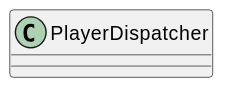
asterisk-cn/RougueShooter keeps this PlantUML diagram as plantuml/out/Player/PlayerDispatcher.svg. Above is the earlier version. Source of this version:
```plantuml
@startuml
class PlayerDispatcher {
}
@enduml
```
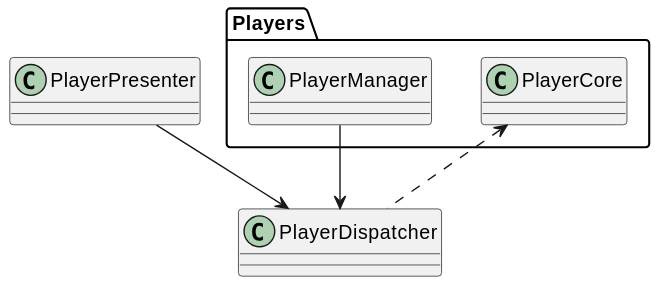
The same diagram one commit later.

The edit, as a diff of the source:
```diff
@@ -1,4 +1,7 @@
 @startuml
 class PlayerDispatcher {
 }
+Players.PlayerManager --> PlayerDispatcher
+PlayerPresenter --> PlayerDispatcher
+Players.PlayerCore <.. PlayerDispatcher
 @enduml
```
